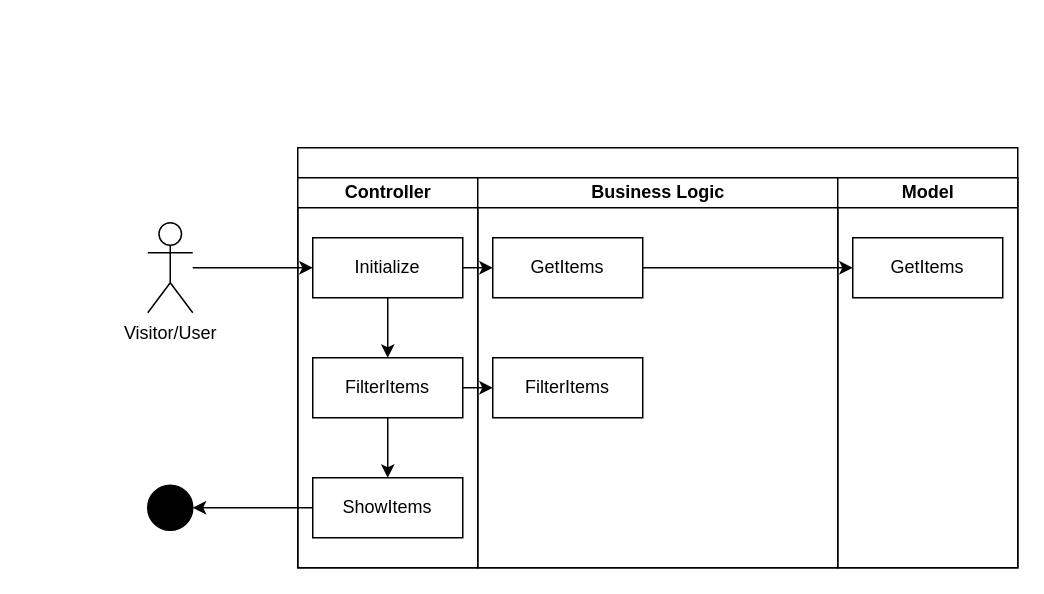
Above: diagrams/ASD/FilterItems.drawio in JochemGrootherder/educom-webshop-runtime-records (draw.io), before the change. Source tidied: cells renumbered, new cells numbered last; positions are measured from the earlier drawing's top-left corner, leaving out a move shared by most shapes. Both pictures are drawn from the tidied source at 150%, with x=0, y=0 at pixel (147, 147).
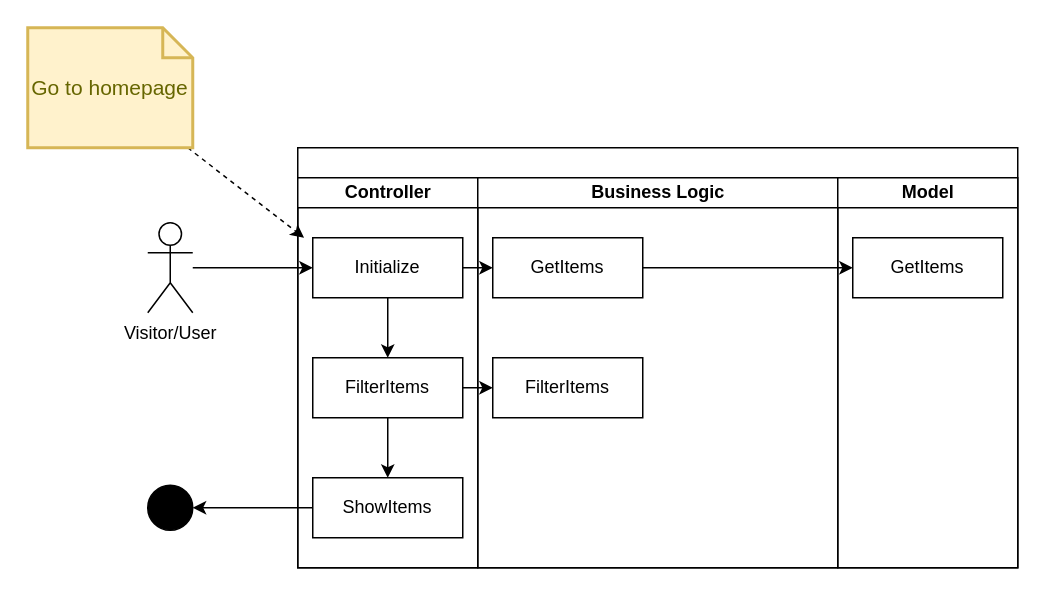
The same page after the edit.

Diff of the diagram source:
```diff
@@
+    <mxCell id="21" style="edgeStyle=none;html=1;dashed=1;" parent="1" edge="1" source="22">
+      <mxGeometry relative="1" as="geometry">
+        <mxPoint x="104.2" y="60" as="targetPoint" />
+      </mxGeometry>
+    </mxCell>
+    <mxCell id="22" value="Go to homepage" style="shape=note;strokeWidth=2;fontSize=14;size=20;whiteSpace=wrap;html=1;fillColor=#fff2cc;strokeColor=#d6b656;fontColor=#666600;" parent="1" vertex="1">
+      <mxGeometry x="-80" y="-80" width="110" height="80" as="geometry" />
+    </mxCell>
```
